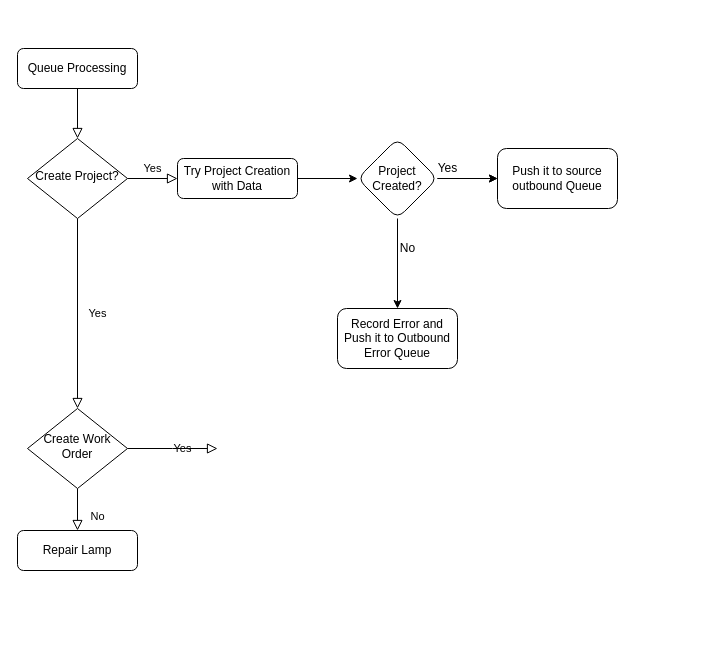
Before: Untitled Diagram.drawio in bhanucvbmg/Connect-It, a draw.io diagram. Source tidied: cells renumbered, new cells numbered last; positions are measured from the earlier drawing's top-left corner, leaving out a move shared by most shapes. Both pictures are drawn from the tidied source at 100%, with x=0, y=0 at pixel (17, 48).
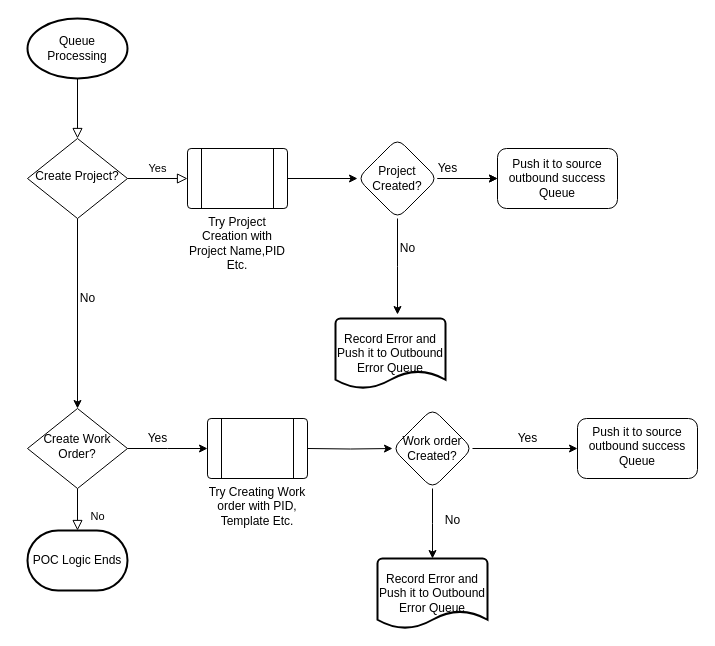
Above is the later version.

The change refers to these unchanged cells:
```xml
<mxCell id="6" value="Create Project?" style="rhombus;whiteSpace=wrap;html=1;shadow=0;fontFamily=Helvetica;fontSize=12;align=center;strokeWidth=1;spacing=6;spacingTop=-4;" parent="1" vertex="1">
  <mxGeometry x="10" y="90" width="100" height="80" as="geometry" />
</mxCell>
<mxCell id="16" value="Project Created?" style="rhombus;whiteSpace=wrap;html=1;rounded=1;shadow=0;strokeWidth=1;glass=0;" parent="1" vertex="1">
  <mxGeometry x="340" y="90" width="80" height="80" as="geometry" />
</mxCell>
```

What changed in the source:
```diff
@@
-    <mxCell id="2" style="rounded=0;html=1;jettySize=auto;fontSize=11;endArrow=block;endFill=0;endSize=8;strokeWidth=1;shadow=0;labelBackgroundColor=none;edgeStyle=orthogonalEdgeStyle;" parent="1" edge="1" source="3" target="6">
+    <mxCell id="2" style="rounded=0;html=1;jettySize=auto;fontSize=11;endArrow=block;endFill=0;endSize=8;strokeWidth=1;shadow=0;labelBackgroundColor=none;edgeStyle=orthogonalEdgeStyle;exitX=0.5;exitY=1;exitDx=0;exitDy=0;exitPerimeter=0;" parent="1" edge="1" source="3" target="6">
       <mxGeometry relative="1" as="geometry" />
     </mxCell>
-    <mxCell id="3" value="Queue Processing" style="rounded=1;whiteSpace=wrap;html=1;fontSize=12;glass=0;strokeWidth=1;shadow=0;" parent="1" vertex="1">
-      <mxGeometry width="120" height="40" as="geometry" />
-    </mxCell>
+    <mxCell id="5" value="Yes" style="edgeStyle=orthogonalEdgeStyle;rounded=0;html=1;jettySize=auto;fontSize=11;endArrow=block;endFill=0;endSize=8;strokeWidth=1;shadow=0;labelBackgroundColor=none;entryX=0;entryY=0.5;entryDx=0;entryDy=0;" parent="1" edge="1" source="6" target="33">
+      <mxGeometry y="10" relative="1" as="geometry" />
+    </mxCell>
-    <mxCell id="4" value="Yes" style="rounded=0;html=1;jettySize=auto;fontSize=11;endArrow=block;endFill=0;endSize=8;strokeWidth=1;shadow=0;labelBackgroundColor=none;edgeStyle=orthogonalEdgeStyle;" parent="1" edge="1" source="6" target="11">
-      <mxGeometry y="20" relative="1" as="geometry" />
+    <mxCell id="4" style="edgeStyle=orthogonalEdgeStyle;rounded=0;jettySize=auto;html=1;entryX=0.5;entryY=0;entryDx=0;entryDy=0;" parent="1" edge="1" source="6" target="11">
+      <mxGeometry relative="1" as="geometry" />
     </mxCell>
-    <mxCell id="5" value="Yes" style="edgeStyle=orthogonalEdgeStyle;rounded=0;html=1;jettySize=auto;fontSize=11;endArrow=block;endFill=0;endSize=8;strokeWidth=1;shadow=0;labelBackgroundColor=none;" parent="1" edge="1" source="6" target="8">
-      <mxGeometry y="10" relative="1" as="geometry" />
-    </mxCell>
@@
-    <mxCell id="7" style="edgeStyle=orthogonalEdgeStyle;rounded=0;jettySize=auto;html=1;" parent="1" edge="1" source="8" target="16">
+    <mxCell id="7" style="edgeStyle=orthogonalEdgeStyle;rounded=0;jettySize=auto;html=1;exitX=1;exitY=0.5;exitDx=0;exitDy=0;entryX=0;entryY=0.5;entryDx=0;entryDy=0;" parent="1" edge="1" source="33" target="16">
       <mxGeometry relative="1" as="geometry" />
     </mxCell>
-    <mxCell id="8" value="Try Project Creation with Data" style="rounded=1;whiteSpace=wrap;html=1;fontSize=12;glass=0;strokeWidth=1;shadow=0;" parent="1" vertex="1">
-      <mxGeometry x="160" y="110" width="120" height="40" as="geometry" />
-    </mxCell>
-    <mxCell id="9" value="No" style="rounded=0;html=1;jettySize=auto;fontSize=11;endArrow=block;endFill=0;endSize=8;strokeWidth=1;shadow=0;labelBackgroundColor=none;edgeStyle=orthogonalEdgeStyle;" parent="1" edge="1" source="11" target="12">
-      <mxGeometry x="0.33" y="20" relative="1" as="geometry" />
+    <mxCell id="9" value="No" style="rounded=0;html=1;jettySize=auto;fontSize=11;endArrow=block;endFill=0;endSize=8;strokeWidth=1;shadow=0;labelBackgroundColor=none;edgeStyle=orthogonalEdgeStyle;" parent="1" edge="1" source="11">
+      <mxGeometry x="0.33" y="20" relative="1" as="geometry">
+        <mxPoint x="60" y="482" as="targetPoint" />
+        <Array as="points">
+          <mxPoint x="60" y="482" />
+          <mxPoint x="60" y="482" />
+        </Array>
+      </mxGeometry>
     </mxCell>
-    <mxCell id="10" value="Yes" style="edgeStyle=orthogonalEdgeStyle;rounded=0;html=1;jettySize=auto;fontSize=11;endArrow=block;endFill=0;endSize=8;strokeWidth=1;shadow=0;labelBackgroundColor=none;" parent="1" edge="1" source="11">
-      <mxGeometry y="10" relative="1" as="geometry">
-        <mxPoint x="200" y="400" as="targetPoint" />
-      </mxGeometry>
-    </mxCell>
+    <mxCell id="21" style="edgeStyle=orthogonalEdgeStyle;rounded=0;jettySize=auto;html=1;" parent="1" edge="1" source="11">
+      <mxGeometry relative="1" as="geometry">
+        <mxPoint x="190" y="400" as="targetPoint" />
+      </mxGeometry>
+    </mxCell>
-    <mxCell id="11" value="Create Work Order" style="rhombus;whiteSpace=wrap;html=1;shadow=0;fontFamily=Helvetica;fontSize=12;align=center;strokeWidth=1;spacing=6;spacingTop=-4;" parent="1" vertex="1">
+    <mxCell id="11" value="Create Work Order?" style="rhombus;whiteSpace=wrap;html=1;shadow=0;fontFamily=Helvetica;fontSize=12;align=center;strokeWidth=1;spacing=6;spacingTop=-4;" parent="1" vertex="1">
       <mxGeometry x="10" y="360" width="100" height="80" as="geometry" />
     </mxCell>
-    <mxCell id="12" value="Repair Lamp" style="rounded=1;whiteSpace=wrap;html=1;fontSize=12;glass=0;strokeWidth=1;shadow=0;" parent="1" vertex="1">
-      <mxGeometry y="482" width="120" height="40" as="geometry" />
-    </mxCell>
@@
-    <mxCell id="15" style="edgeStyle=orthogonalEdgeStyle;rounded=0;jettySize=auto;html=1;" parent="1" edge="1" source="16" target="19">
-      <mxGeometry relative="1" as="geometry" />
+    <mxCell id="15" style="edgeStyle=orthogonalEdgeStyle;rounded=0;jettySize=auto;html=1;entryX=0.564;entryY=-0.057;entryDx=0;entryDy=0;entryPerimeter=0;" parent="1" edge="1" source="16">
+      <mxGeometry relative="1" as="geometry">
+        <mxPoint x="380" y="266" as="targetPoint" />
+      </mxGeometry>
     </mxCell>
@@
-    <mxCell id="17" value="Push it to source outbound Queue" style="whiteSpace=wrap;html=1;rounded=1;shadow=0;strokeWidth=1;glass=0;" parent="1" vertex="1">
+    <mxCell id="17" value="Push it to source outbound success Queue" style="whiteSpace=wrap;html=1;rounded=1;shadow=0;strokeWidth=1;glass=0;" parent="1" vertex="1">
       <mxGeometry x="480" y="100" width="120" height="60" as="geometry" />
     </mxCell>
@@
-    <mxCell id="19" value="Record Error and Push it to Outbound Error Queue" style="whiteSpace=wrap;html=1;rounded=1;shadow=0;strokeWidth=1;glass=0;" parent="1" vertex="1">
-      <mxGeometry x="320" y="260" width="120" height="60" as="geometry" />
-    </mxCell>
@@
+    <mxCell id="22" style="edgeStyle=orthogonalEdgeStyle;rounded=0;jettySize=auto;html=1;entryX=0;entryY=0.5;entryDx=0;entryDy=0;" parent="1" edge="1" target="28">
+      <mxGeometry relative="1" as="geometry">
+        <mxPoint x="290" y="400" as="sourcePoint" />
+      </mxGeometry>
+    </mxCell>
+    <mxCell id="23" value="No" style="text;html=1;align=center;verticalAlign=middle;" parent="1" vertex="1">
+      <mxGeometry x="55" y="240" width="30" height="20" as="geometry" />
+    </mxCell>
+    <mxCell id="24" style="edgeStyle=orthogonalEdgeStyle;rounded=0;jettySize=auto;html=1;exitX=1;exitY=0.5;exitDx=0;exitDy=0;" parent="1" edge="1" source="28" target="26">
+      <mxGeometry relative="1" as="geometry" />
+    </mxCell>
+    <mxCell id="25" style="edgeStyle=orthogonalEdgeStyle;rounded=0;jettySize=auto;html=1;exitX=0.5;exitY=1;exitDx=0;exitDy=0;" parent="1" edge="1" source="28">
+      <mxGeometry relative="1" as="geometry">
+        <mxPoint x="415" y="510" as="targetPoint" />
+      </mxGeometry>
+    </mxCell>
+    <mxCell id="26" value="Push it to source outbound success Queue" style="whiteSpace=wrap;html=1;shadow=0;strokeWidth=1;spacing=6;spacingTop=-4;rounded=1;" parent="1" vertex="1">
+      <mxGeometry x="560" y="370" width="120" height="60" as="geometry" />
+    </mxCell>
+    <mxCell id="27" value="No" style="text;html=1;align=center;verticalAlign=middle;" parent="1" vertex="1">
+      <mxGeometry x="420" y="462" width="30" height="20" as="geometry" />
+    </mxCell>
+    <mxCell id="28" value="Work order Created?" style="rhombus;whiteSpace=wrap;html=1;rounded=1;" parent="1" vertex="1">
+      <mxGeometry x="375" y="360" width="80" height="80" as="geometry" />
+    </mxCell>
+    <mxCell id="29" value="Yes" style="text;html=1;align=center;verticalAlign=middle;" parent="1" vertex="1">
+      <mxGeometry x="120" y="380" width="40" height="20" as="geometry" />
+    </mxCell>
+    <mxCell id="30" value="POC Logic Ends" style="strokeWidth=2;html=1;shape=mxgraph.flowchart.terminator;whiteSpace=wrap;" parent="1" vertex="1">
+      <mxGeometry x="10" y="482" width="100" height="60" as="geometry" />
+    </mxCell>
+    <mxCell id="3" value="&lt;span&gt;Queue Processing&lt;/span&gt;" style="strokeWidth=2;html=1;shape=mxgraph.flowchart.start_1;whiteSpace=wrap;" parent="1" vertex="1">
+      <mxGeometry x="10" y="-30" width="100" height="60" as="geometry" />
+    </mxCell>
+    <mxCell id="31" value="&lt;span&gt;Record Error and Push it to Outbound Error Queue&lt;/span&gt;" style="strokeWidth=2;html=1;shape=mxgraph.flowchart.document2;whiteSpace=wrap;size=0.25;" parent="1" vertex="1">
+      <mxGeometry x="318" y="270" width="110" height="70" as="geometry" />
+    </mxCell>
+    <mxCell id="32" value="&lt;span&gt;Record Error and Push it to Outbound Error Queue&lt;/span&gt;" style="strokeWidth=2;html=1;shape=mxgraph.flowchart.document2;whiteSpace=wrap;size=0.25;" parent="1" vertex="1">
+      <mxGeometry x="360" y="510" width="110" height="70" as="geometry" />
+    </mxCell>
+    <mxCell id="33" value="&lt;span&gt;Try Project Creation with Project Name,PID Etc.&lt;/span&gt;" style="verticalLabelPosition=bottom;verticalAlign=top;html=1;shape=process;whiteSpace=wrap;rounded=1;size=0.14;arcSize=6;" parent="1" vertex="1">
+      <mxGeometry x="170" y="100" width="100" height="60" as="geometry" />
+    </mxCell>
+    <mxCell id="34" value="Try Creating Work order with PID, Template Etc." style="verticalLabelPosition=bottom;verticalAlign=top;html=1;shape=process;whiteSpace=wrap;rounded=1;size=0.14;arcSize=6;" parent="1" vertex="1">
+      <mxGeometry x="190" y="370" width="100" height="60" as="geometry" />
+    </mxCell>
+    <mxCell id="35" value="Yes" style="text;html=1;align=center;verticalAlign=middle;" parent="1" vertex="1">
+      <mxGeometry x="490" y="380" width="40" height="20" as="geometry" />
+    </mxCell>
```
